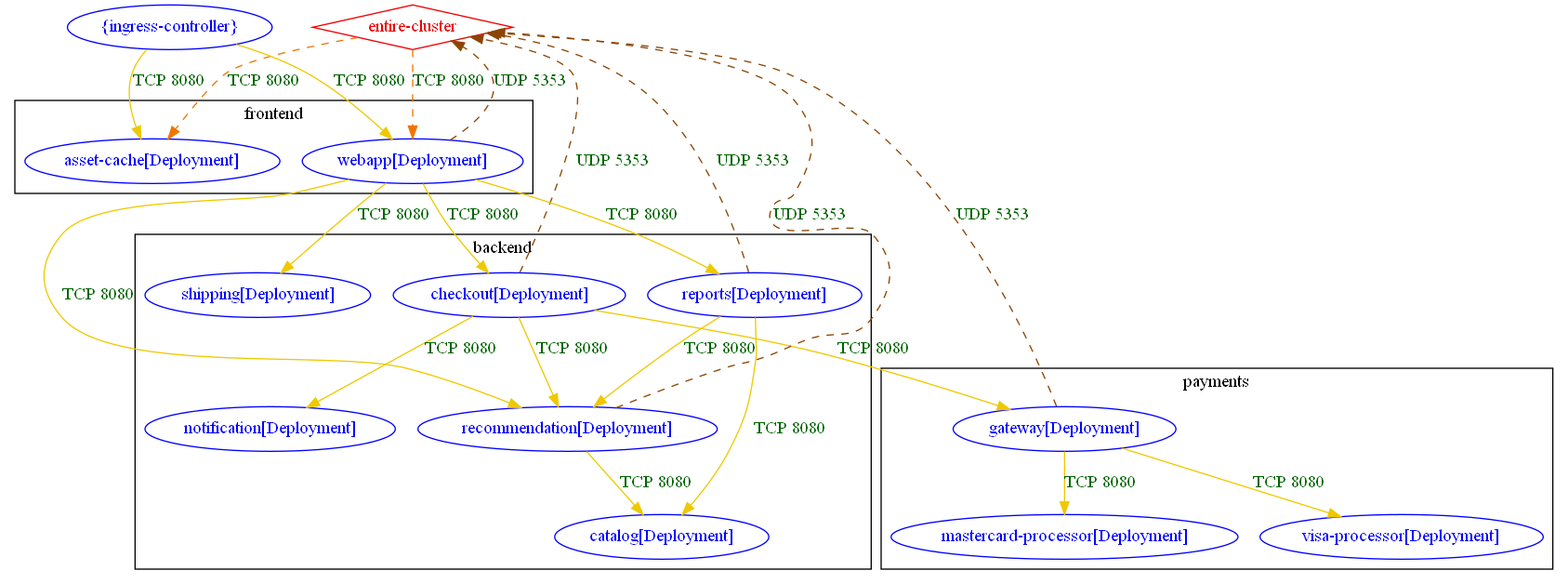
The Graphviz diagram test_outputs/connlist/exposure_acs-security-demos_connlist_output.dot.png in np-guard/netpol-analyzer, before a commit. Its source is kept beside it as test_outputs/connlist/exposure_acs-security-demos_connlist_output.dot.
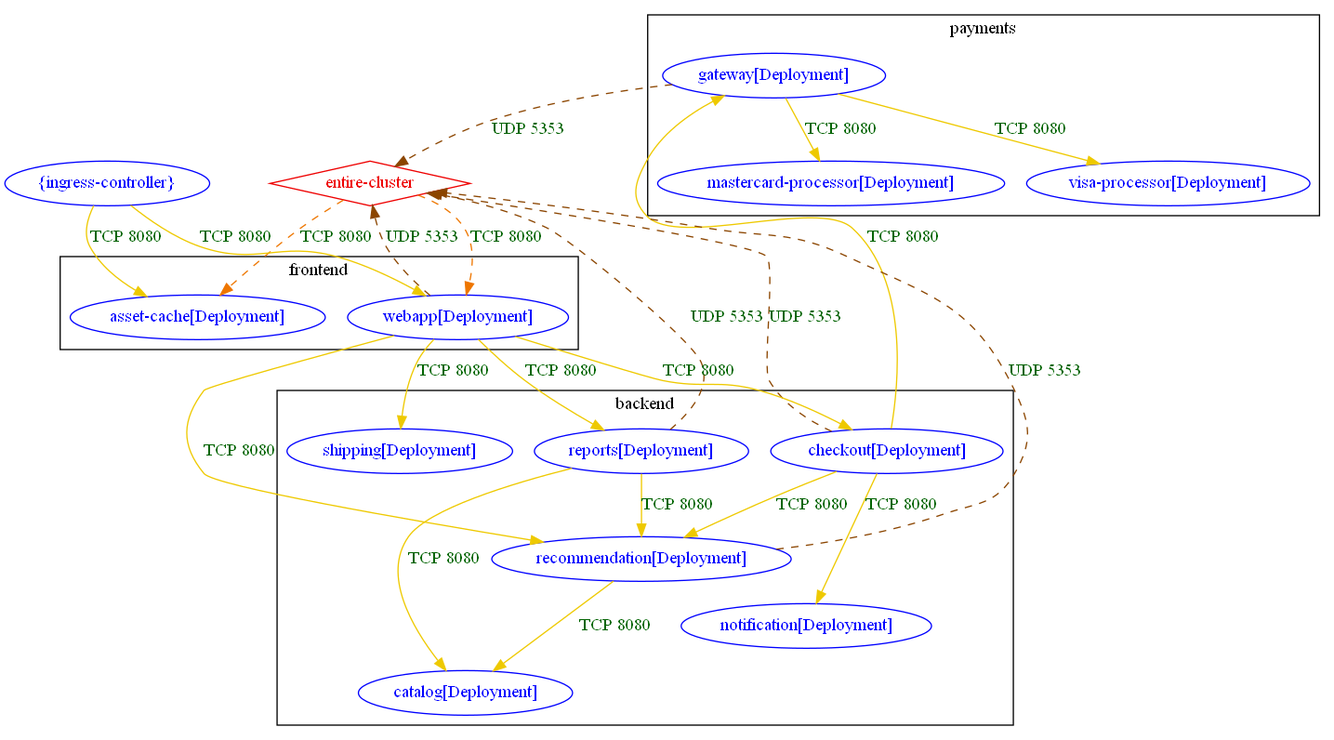
The same diagram one commit later.

What changed in the source:
```diff
@@ -27,25 +27,25 @@
 	}
 	"entire-cluster" [label="entire-cluster" color="red2" fontcolor="red2" shape=diamond]
 	"{ingress-controller}" [label="{ingress-controller}" color="blue" fontcolor="blue"]
-	"backend/checkout[Deployment]" -> "backend/notification[Deployment]" [label="TCP 8080" color="gold2" fontcolor="darkgreen"]
-	"backend/checkout[Deployment]" -> "backend/recommendation[Deployment]" [label="TCP 8080" color="gold2" fontcolor="darkgreen"]
+	"backend/checkout[Deployment]" -> "backend/notification[Deployment]" [label="TCP 8080" color="gold2" fontcolor="darkgreen" weight=0.5]
+	"backend/checkout[Deployment]" -> "backend/recommendation[Deployment]" [label="TCP 8080" color="gold2" fontcolor="darkgreen" weight=0.5]
 	"backend/checkout[Deployment]" -> "entire-cluster" [label="UDP 5353" color="darkorange4" fontcolor="darkgreen" weight=0.5 style=dashed]
-	"backend/checkout[Deployment]" -> "payments/gateway[Deployment]" [label="TCP 8080" color="gold2" fontcolor="darkgreen"]
-	"backend/recommendation[Deployment]" -> "backend/catalog[Deployment]" [label="TCP 8080" color="gold2" fontcolor="darkgreen"]
+	"backend/checkout[Deployment]" -> "payments/gateway[Deployment]" [label="TCP 8080" color="gold2" fontcolor="darkgreen" weight=0.5]
+	"backend/recommendation[Deployment]" -> "backend/catalog[Deployment]" [label="TCP 8080" color="gold2" fontcolor="darkgreen" weight=1]
 	"backend/recommendation[Deployment]" -> "entire-cluster" [label="UDP 5353" color="darkorange4" fontcolor="darkgreen" weight=0.5 style=dashed]
-	"backend/reports[Deployment]" -> "backend/catalog[Deployment]" [label="TCP 8080" color="gold2" fontcolor="darkgreen"]
-	"backend/reports[Deployment]" -> "backend/recommendation[Deployment]" [label="TCP 8080" color="gold2" fontcolor="darkgreen"]
+	"backend/reports[Deployment]" -> "backend/catalog[Deployment]" [label="TCP 8080" color="gold2" fontcolor="darkgreen" weight=1]
+	"backend/reports[Deployment]" -> "backend/recommendation[Deployment]" [label="TCP 8080" color="gold2" fontcolor="darkgreen" weight=1]
 	"backend/reports[Deployment]" -> "entire-cluster" [label="UDP 5353" color="darkorange4" fontcolor="darkgreen" weight=0.5 style=dashed]
 	"entire-cluster" -> "frontend/asset-cache[Deployment]" [label="TCP 8080" color="darkorange2" fontcolor="darkgreen" weight=1 style=dashed]
 	"entire-cluster" -> "frontend/webapp[Deployment]" [label="TCP 8080" color="darkorange2" fontcolor="darkgreen" weight=1 style=dashed]
-	"frontend/webapp[Deployment]" -> "backend/checkout[Deployment]" [label="TCP 8080" color="gold2" fontcolor="darkgreen"]
-	"frontend/webapp[Deployment]" -> "backend/recommendation[Deployment]" [label="TCP 8080" color="gold2" fontcolor="darkgreen"]
-	"frontend/webapp[Deployment]" -> "backend/reports[Deployment]" [label="TCP 8080" color="gold2" fontcolor="darkgreen"]
-	"frontend/webapp[Deployment]" -> "backend/shipping[Deployment]" [label="TCP 8080" color="gold2" fontcolor="darkgreen"]
+	"frontend/webapp[Deployment]" -> "backend/checkout[Deployment]" [label="TCP 8080" color="gold2" fontcolor="darkgreen" weight=1]
+	"frontend/webapp[Deployment]" -> "backend/recommendation[Deployment]" [label="TCP 8080" color="gold2" fontcolor="darkgreen" weight=1]
+	"frontend/webapp[Deployment]" -> "backend/reports[Deployment]" [label="TCP 8080" color="gold2" fontcolor="darkgreen" weight=1]
+	"frontend/webapp[Deployment]" -> "backend/shipping[Deployment]" [label="TCP 8080" color="gold2" fontcolor="darkgreen" weight=1]
 	"frontend/webapp[Deployment]" -> "entire-cluster" [label="UDP 5353" color="darkorange4" fontcolor="darkgreen" weight=0.5 style=dashed]
 	"payments/gateway[Deployment]" -> "entire-cluster" [label="UDP 5353" color="darkorange4" fontcolor="darkgreen" weight=0.5 style=dashed]
-	"payments/gateway[Deployment]" -> "payments/mastercard-processor[Deployment]" [label="TCP 8080" color="gold2" fontcolor="darkgreen"]
-	"payments/gateway[Deployment]" -> "payments/visa-processor[Deployment]" [label="TCP 8080" color="gold2" fontcolor="darkgreen"]
-	"{ingress-controller}" -> "frontend/asset-cache[Deployment]" [label="TCP 8080" color="gold2" fontcolor="darkgreen"]
-	"{ingress-controller}" -> "frontend/webapp[Deployment]" [label="TCP 8080" color="gold2" fontcolor="darkgreen"]
+	"payments/gateway[Deployment]" -> "payments/mastercard-processor[Deployment]" [label="TCP 8080" color="gold2" fontcolor="darkgreen" weight=0.5]
+	"payments/gateway[Deployment]" -> "payments/visa-processor[Deployment]" [label="TCP 8080" color="gold2" fontcolor="darkgreen" weight=0.5]
+	"{ingress-controller}" -> "frontend/asset-cache[Deployment]" [label="TCP 8080" color="gold2" fontcolor="darkgreen" weight=1]
+	"{ingress-controller}" -> "frontend/webapp[Deployment]" [label="TCP 8080" color="gold2" fontcolor="darkgreen" weight=1]
 }
```
